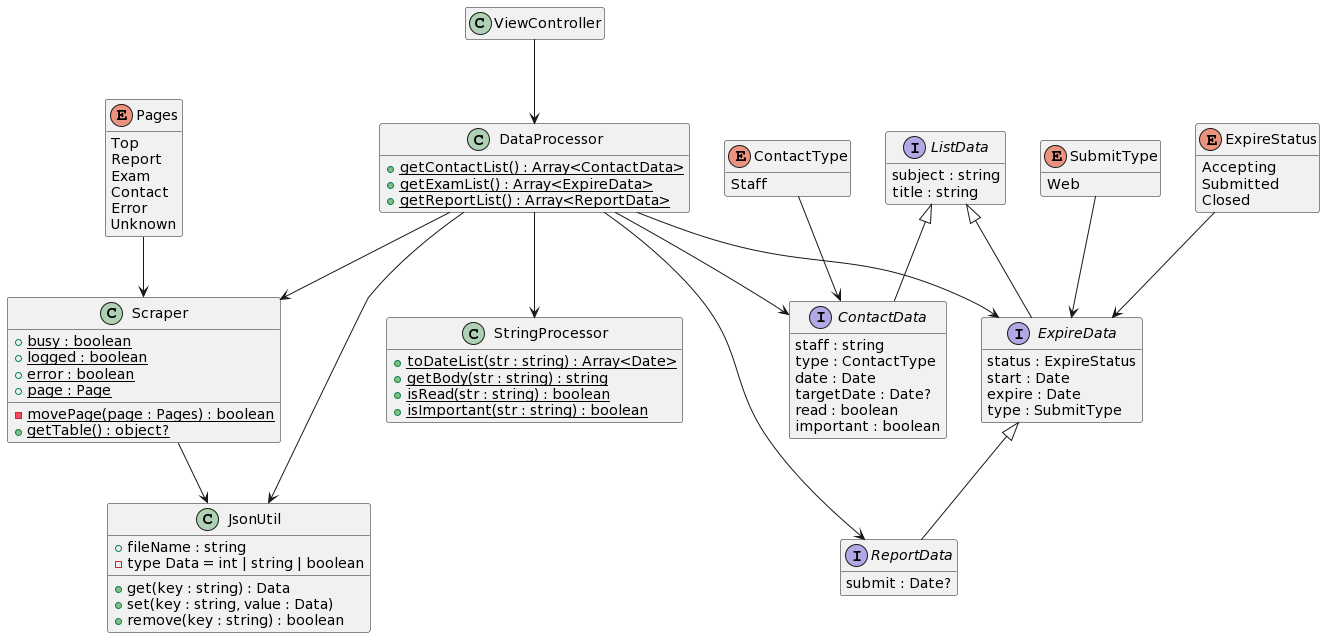
This is images/class.png from SU-ProgC-Marionnette/GakujoViewer, a PlantUML export, as it was before one commit.
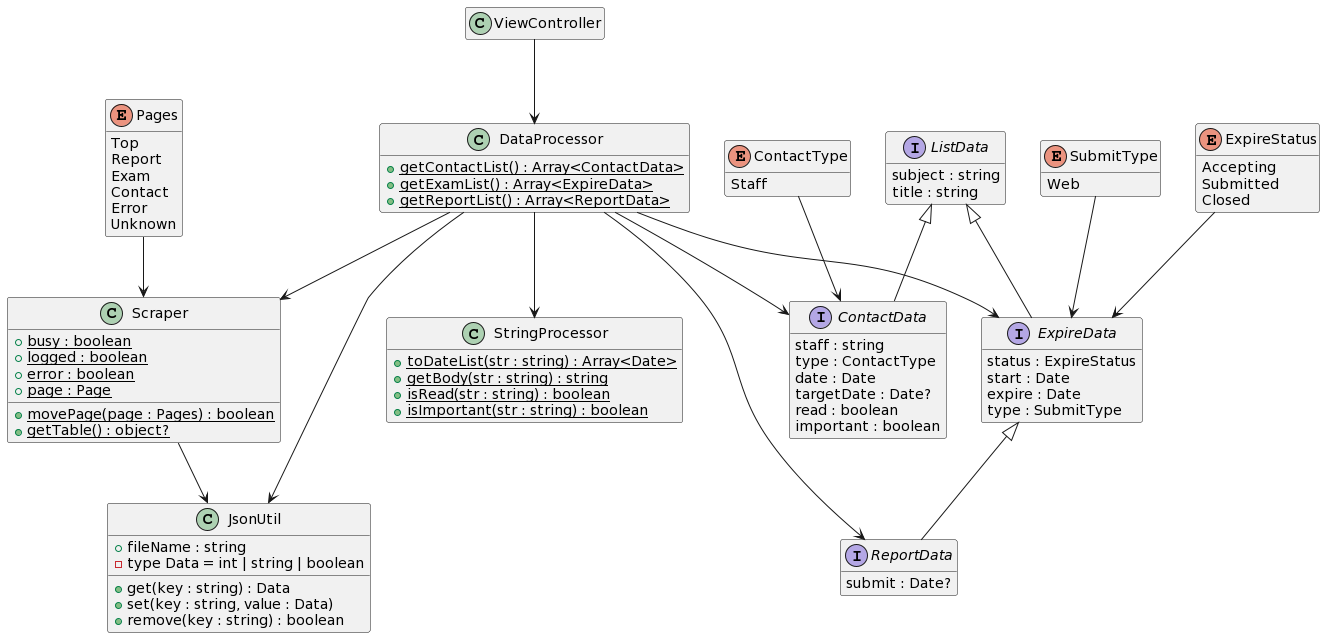
The same file after the commit.

Commit message:
README.md: 設計のmovePageメソッドをpublicに

The edit, as a diff of the source:
```diff
@@ -10,7 +10,7 @@
         {static} +logged : boolean
         {static} +error : boolean
         {static} +page : Page
-        {static} -movePage(page : Pages) : boolean
+        {static} +movePage(page : Pages) : boolean
         {static} +getTable() : object?
     }
 
```
